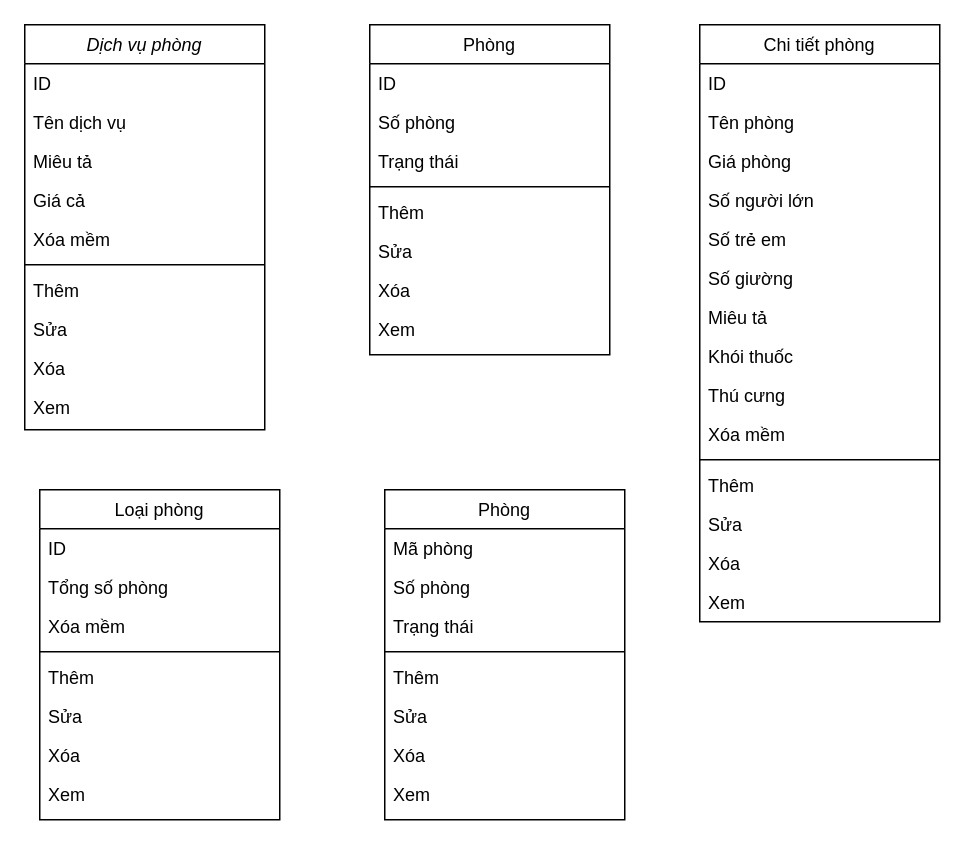
Earlier version of the draw.io diagram Untitled Diagram.drawio (jpeace08/uml_quanlykhachsan). Source tidied: cells renumbered, new cells numbered last; positions are measured from the earlier drawing's top-left corner, leaving out a move shared by most shapes. Both pictures are drawn from the tidied source at 150%, with x=0, y=0 at pixel (24, 24).
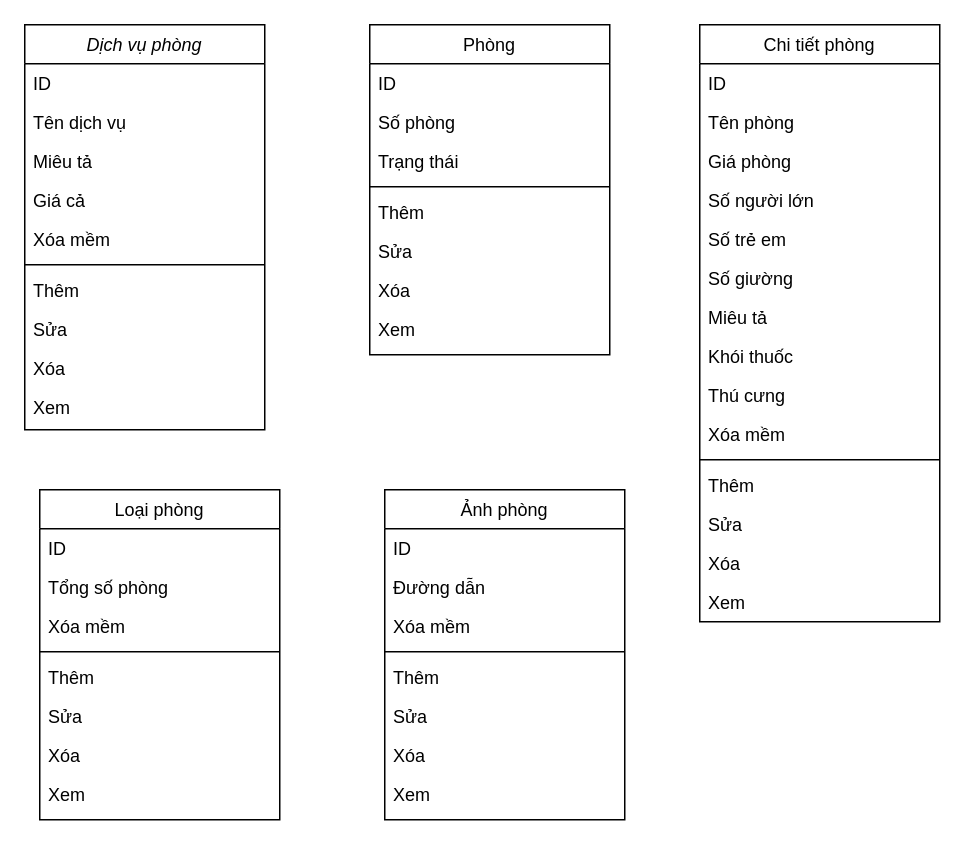
Above is the later version.

The edit, as a diff of the source:
```diff
@@
-    <mxCell id="47" value="Phòng" style="swimlane;fontStyle=0;align=center;verticalAlign=top;horizontal=1;startSize=26;rounded=0;shadow=0;strokeWidth=1;" parent="1" vertex="1">
+    <mxCell id="47" value="Ảnh phòng" style="swimlane;fontStyle=0;align=center;verticalAlign=top;horizontal=1;startSize=26;rounded=0;shadow=0;strokeWidth=1;" parent="1" vertex="1">
       <mxGeometry x="240" y="310" width="160" height="220" as="geometry" />
     </mxCell>
-    <mxCell id="48" value="Mã phòng" style="text;align=left;verticalAlign=top;spacingLeft=4;spacingRight=4;overflow=hidden;" parent="47" vertex="1">
+    <mxCell id="48" value="ID" style="text;align=left;verticalAlign=top;spacingLeft=4;spacingRight=4;overflow=hidden;" parent="47" vertex="1">
       <mxGeometry y="26" width="160" height="26" as="geometry" />
     </mxCell>
-    <mxCell id="49" value="Số phòng" style="text;align=left;verticalAlign=top;spacingLeft=4;spacingRight=4;overflow=hidden;rounded=0;shadow=0;html=0;" parent="47" vertex="1">
+    <mxCell id="49" value="Đường dẫn" style="text;align=left;verticalAlign=top;spacingLeft=4;spacingRight=4;overflow=hidden;rounded=0;shadow=0;html=0;" parent="47" vertex="1">
       <mxGeometry y="52" width="160" height="26" as="geometry" />
     </mxCell>
-    <mxCell id="50" value="Trạng thái" style="text;align=left;verticalAlign=top;spacingLeft=4;spacingRight=4;overflow=hidden;rounded=0;shadow=0;html=0;" parent="47" vertex="1">
+    <mxCell id="50" value="Xóa mềm" style="text;align=left;verticalAlign=top;spacingLeft=4;spacingRight=4;overflow=hidden;rounded=0;shadow=0;html=0;" parent="47" vertex="1">
       <mxGeometry y="78" width="160" height="26" as="geometry" />
     </mxCell>
```
